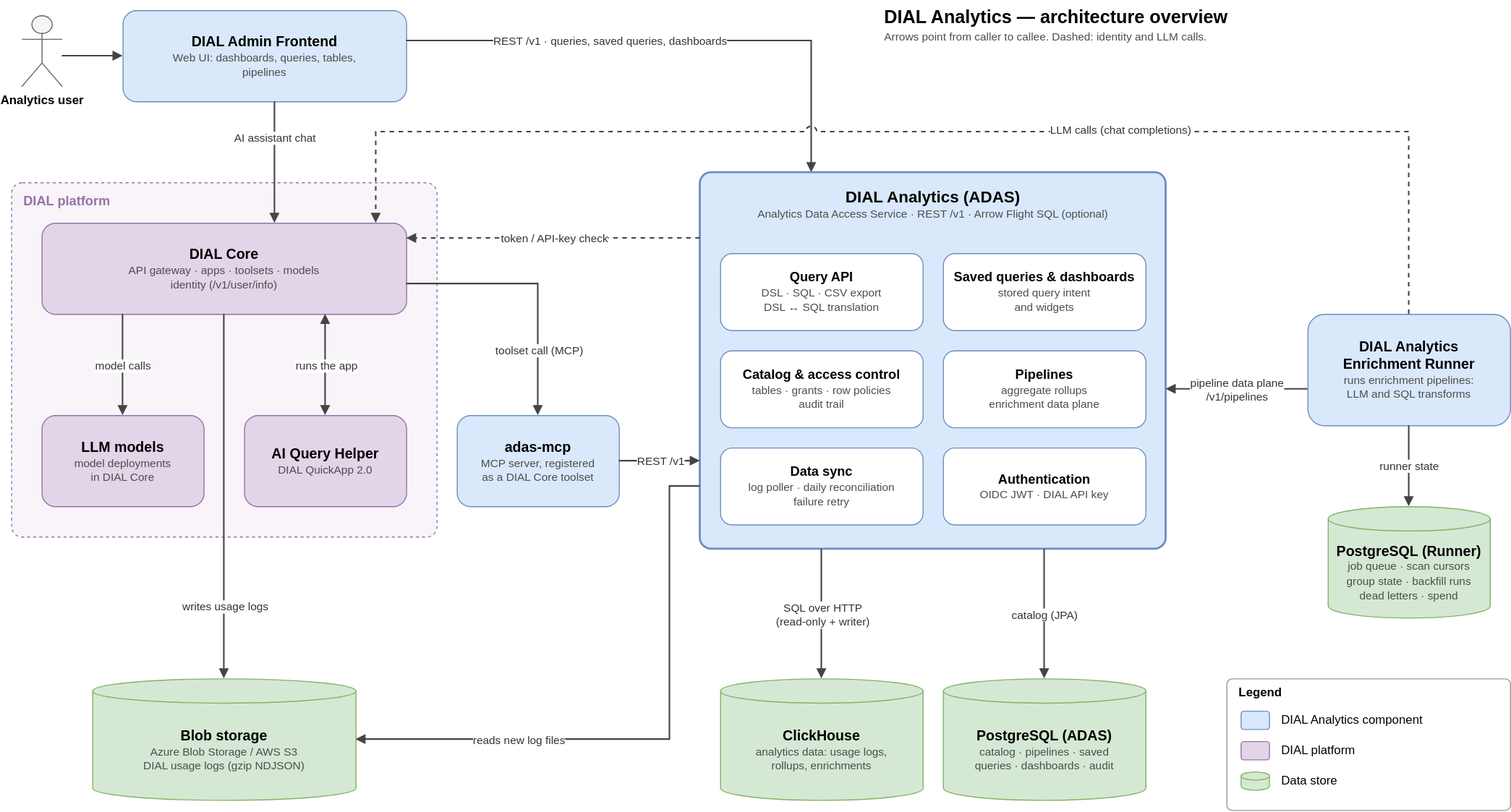
The draw.io diagram docs/architecture.drawio.svg in epam/ai-dial-analytics, before a commit. Source tidied: cells renumbered, new cells last; positions are measured from the earlier drawing's top-left corner, leaving out a move shared by most shapes.
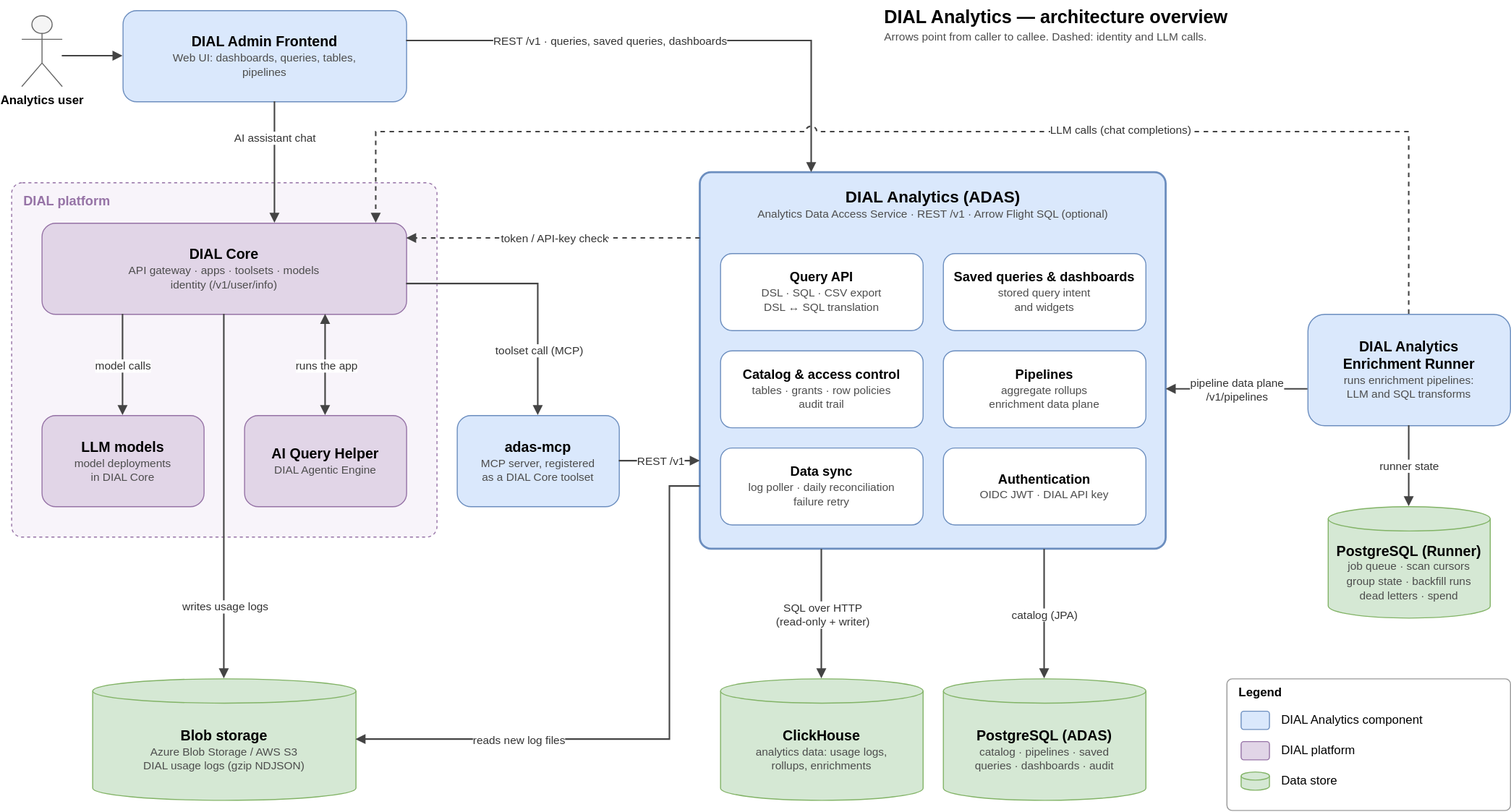
Later version of the same file.

Commit message:
Rename QuickApp mentions to Agentic Engine

The edit, as a diff of the source:
```diff
@@ -20,7 +20,7 @@
     <mxCell id="7" value="&lt;b style=&quot;font-size:14px&quot;&gt;LLM models&lt;/b&gt;&lt;br&gt;&lt;font style=&quot;font-size:11px&quot; color=&quot;#4d4d4d&quot;&gt;model deployments&lt;br&gt;in DIAL Core&lt;/font&gt;" style="rounded=1;whiteSpace=wrap;html=1;fillColor=#e1d5e7;strokeColor=#9673a6;" parent="5" vertex="1">
       <mxGeometry x="30" y="230" width="160" height="90" as="geometry" />
     </mxCell>
-    <mxCell id="8" value="&lt;b style=&quot;font-size:14px&quot;&gt;AI Query Helper&lt;/b&gt;&lt;br&gt;&lt;font style=&quot;font-size: 11px;&quot; color=&quot;#4d4d4d&quot;&gt;DIAL QuickApp 2.0&lt;/font&gt;" style="rounded=1;whiteSpace=wrap;html=1;fillColor=#e1d5e7;strokeColor=#9673a6;" parent="5" vertex="1">
+    <mxCell id="8" value="&lt;b style=&quot;font-size:14px&quot;&gt;AI Query Helper&lt;/b&gt;&lt;br&gt;&lt;font style=&quot;font-size: 11px;&quot; color=&quot;#4d4d4d&quot;&gt;DIAL Agentic Engine&lt;/font&gt;" style="rounded=1;whiteSpace=wrap;html=1;fillColor=#e1d5e7;strokeColor=#9673a6;" parent="5" vertex="1">
       <mxGeometry x="230" y="230" width="160" height="90" as="geometry" />
     </mxCell>
     <mxCell id="9" value="&lt;b style=&quot;font-size:14px&quot;&gt;adas-mcp&lt;/b&gt;&lt;br&gt;&lt;font style=&quot;font-size:11px&quot; color=&quot;#4d4d4d&quot;&gt;MCP server, registered&lt;br&gt;as a DIAL Core toolset&lt;/font&gt;" style="rounded=1;whiteSpace=wrap;html=1;fillColor=#dae8fc;strokeColor=#6c8ebf;" parent="1" vertex="1">
```
